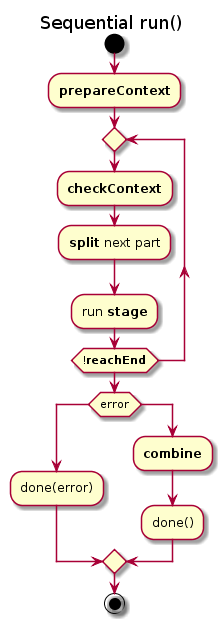
vedmalex/pipeline.js keeps this PlantUML diagram as pics/stages/Sequential/run_activity.png. Above is the earlier version.
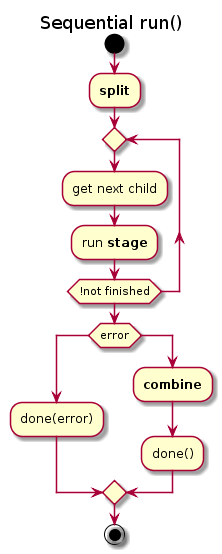
After the change.

The edit, as a diff of the source:
```diff
@@ -3,12 +3,11 @@
 title Sequential run()
 
 start
-:**prepareContext**;
+:**split**;
 repeat
-    :**checkContext**;
-    :**split** next part;
+	:get next child;
     :run **stage**;
-repeat while (!**reachEnd**)
+repeat while (!not finished)
 
 if(error)
     :done(error);
```
